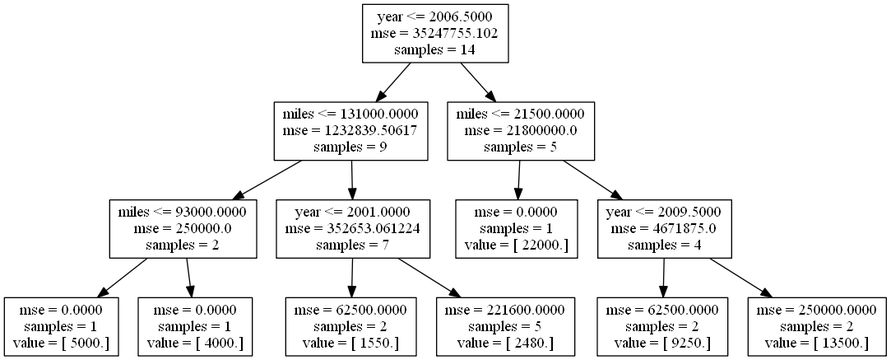
Above: 17-decision-trees/assets/tree_vehicles.png in ShelyBhogal/data-science (Graphviz), before the change. Its source is kept beside it as 17-decision-trees/assets/tree_vehicles.dot.
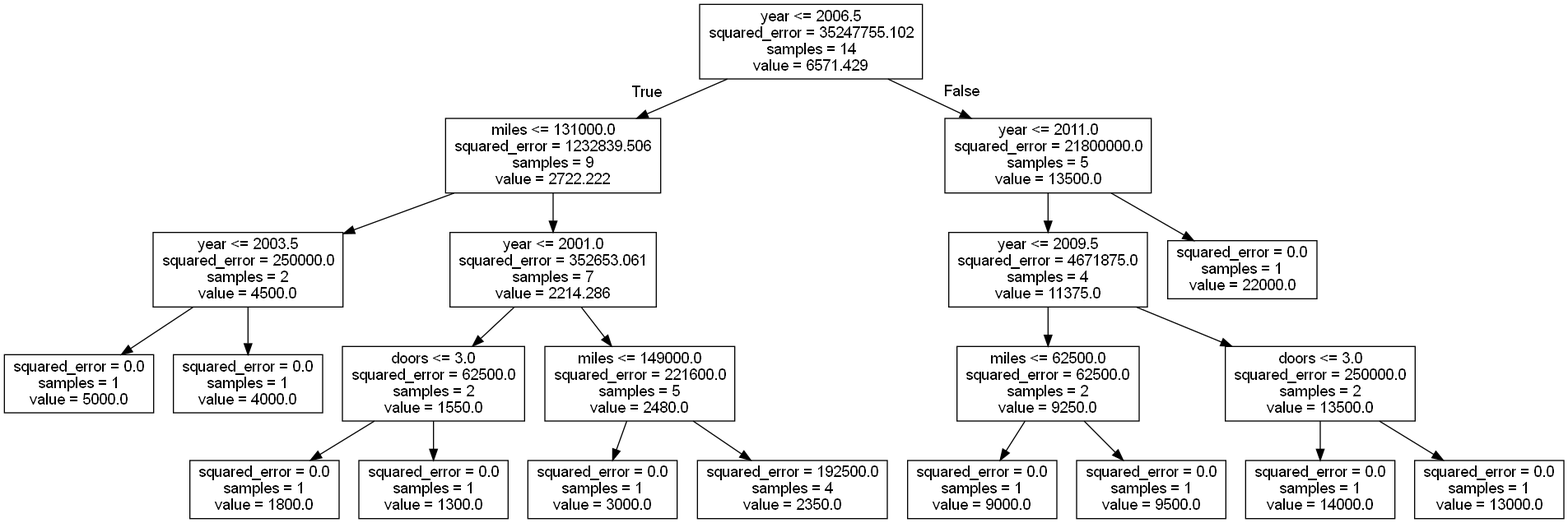
The same file after the commit.

What changed in the source:
```diff
@@ -1,28 +1,45 @@
 digraph Tree {
-node [shape=box] ;
-0 [label="year <= 2006.5\nmse = 35247755.102\nsamples = 14\nvalue = 6571.429"] ;
-1 [label="miles <= 131000.0\nmse = 1232839.506\nsamples = 9\nvalue = 2722.222"] ;
+node [shape=box, fontname="helvetica"] ;
+edge [fontname="helvetica"] ;
+0 [label="year <= 2006.5\nsquared_error = 35247755.102\nsamples = 14\nvalue = 6571.429"] ;
+1 [label="miles <= 131000.0\nsquared_error = 1232839.506\nsamples = 9\nvalue = 2722.222"] ;
 0 -> 1 [labeldistance=2.5, labelangle=45, headlabel="True"] ;
-2 [label="miles <= 93000.0\nmse = 250000.0\nsamples = 2\nvalue = 4500.0"] ;
+2 [label="year <= 2003.5\nsquared_error = 250000.0\nsamples = 2\nvalue = 4500.0"] ;
 1 -> 2 ;
-3 [label="mse = 0.0\nsamples = 1\nvalue = 5000.0"] ;
+3 [label="squared_error = 0.0\nsamples = 1\nvalue = 5000.0"] ;
 2 -> 3 ;
-4 [label="mse = 0.0\nsamples = 1\nvalue = 4000.0"] ;
+4 [label="squared_error = 0.0\nsamples = 1\nvalue = 4000.0"] ;
 2 -> 4 ;
-5 [label="year <= 2001.0\nmse = 352653.061\nsamples = 7\nvalue = 2214.286"] ;
+5 [label="year <= 2001.0\nsquared_error = 352653.061\nsamples = 7\nvalue = 2214.286"] ;
 1 -> 5 ;
-6 [label="mse = 62500.0\nsamples = 2\nvalue = 1550.0"] ;
+6 [label="doors <= 3.0\nsquared_error = 62500.0\nsamples = 2\nvalue = 1550.0"] ;
 5 -> 6 ;
-7 [label="mse = 221600.0\nsamples = 5\nvalue = 2480.0"] ;
-5 -> 7 ;
-8 [label="miles <= 21500.0\nmse = 21800000.0\nsamples = 5\nvalue = 13500.0"] ;
-0 -> 8 [labeldistance=2.5, labelangle=-45, headlabel="False"] ;
-9 [label="mse = 0.0\nsamples = 1\nvalue = 22000.0"] ;
-8 -> 9 ;
-10 [label="year <= 2009.5\nmse = 4671875.0\nsamples = 4\nvalue = 11375.0"] ;
-8 -> 10 ;
-11 [label="mse = 62500.0\nsamples = 2\nvalue = 9250.0"] ;
-10 -> 11 ;
-12 [label="mse = 250000.0\nsamples = 2\nvalue = 13500.0"] ;
-10 -> 12 ;
+7 [label="squared_error = 0.0\nsamples = 1\nvalue = 1800.0"] ;
+6 -> 7 ;
+8 [label="squared_error = 0.0\nsamples = 1\nvalue = 1300.0"] ;
+6 -> 8 ;
+9 [label="miles <= 149000.0\nsquared_error = 221600.0\nsamples = 5\nvalue = 2480.0"] ;
+5 -> 9 ;
+10 [label="squared_error = 0.0\nsamples = 1\nvalue = 3000.0"] ;
+9 -> 10 ;
+11 [label="squared_error = 192500.0\nsamples = 4\nvalue = 2350.0"] ;
+9 -> 11 ;
+12 [label="year <= 2011.0\nsquared_error = 21800000.0\nsamples = 5\nvalue = 13500.0"] ;
+0 -> 12 [labeldistance=2.5, labelangle=-45, headlabel="False"] ;
+13 [label="year <= 2009.5\nsquared_error = 4671875.0\nsamples = 4\nvalue = 11375.0"] ;
+12 -> 13 ;
+14 [label="miles <= 62500.0\nsquared_error = 62500.0\nsamples = 2\nvalue = 9250.0"] ;
+13 -> 14 ;
+15 [label="squared_error = 0.0\nsamples = 1\nvalue = 9000.0"] ;
+14 -> 15 ;
+16 [label="squared_error = 0.0\nsamples = 1\nvalue = 9500.0"] ;
+14 -> 16 ;
+17 [label="doors <= 3.0\nsquared_error = 250000.0\nsamples = 2\nvalue = 13500.0"] ;
+13 -> 17 ;
+18 [label="squared_error = 0.0\nsamples = 1\nvalue = 14000.0"] ;
+17 -> 18 ;
+19 [label="squared_error = 0.0\nsamples = 1\nvalue = 13000.0"] ;
+17 -> 19 ;
+20 [label="squared_error = 0.0\nsamples = 1\nvalue = 22000.0"] ;
+12 -> 20 ;
 }
```
